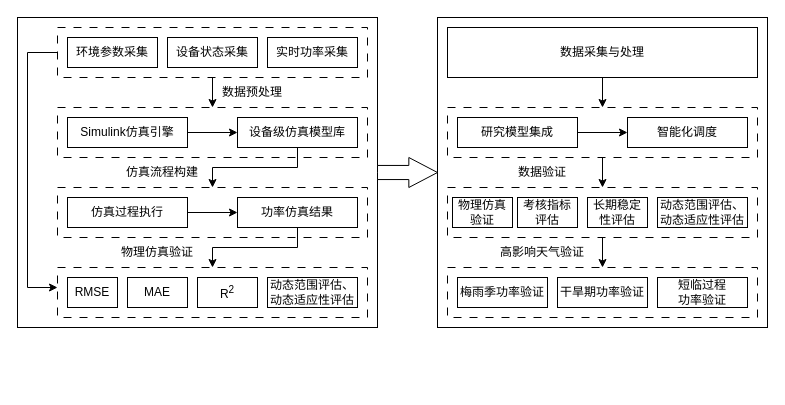
Earlier version of the draw.io diagram 课题4.drawio (fourmia/Note). Source tidied: cells renumbered, new cells numbered last; positions are measured from the earlier drawing's top-left corner, leaving out a move shared by most shapes. Both pictures are drawn from the tidied source at 100%, with x=0, y=0 at pixel (17, 17).
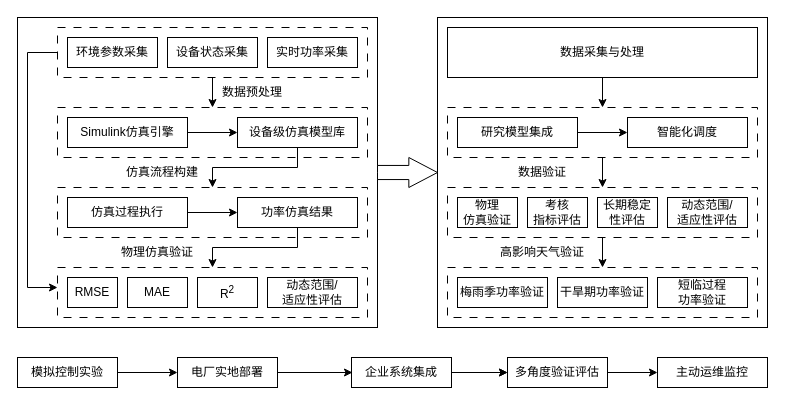
Above is the later version.

Change to the diagram source:
```diff
@@
-    <mxCell id="24" value="动态范围评估、动态适应性评估" style="rounded=0;whiteSpace=wrap;html=1;" parent="1" vertex="1">
+    <mxCell id="24" value="动态范围/&lt;div&gt;适应性评估&lt;/div&gt;" style="rounded=0;whiteSpace=wrap;html=1;" parent="1" vertex="1">
       <mxGeometry x="250" y="260" width="90" height="30" as="geometry" />
     </mxCell>
@@
-    <mxCell id="37" value="动态范围评估、动态适应性评估" style="rounded=0;whiteSpace=wrap;html=1;" parent="1" vertex="1">
-      <mxGeometry x="640" y="180" width="90" height="30" as="geometry" />
+    <mxCell id="37" value="动态&lt;span style=&quot;background-color: initial;&quot;&gt;范围/&lt;/span&gt;&lt;div&gt;&lt;span style=&quot;background-color: initial;&quot;&gt;适应性评估&lt;/span&gt;&lt;/div&gt;" style="rounded=0;whiteSpace=wrap;html=1;" parent="1" vertex="1">
+      <mxGeometry x="650" y="180" width="80" height="30" as="geometry" />
     </mxCell>
-    <mxCell id="38" value="考核指标评估" style="rounded=0;whiteSpace=wrap;html=1;" parent="1" vertex="1">
-      <mxGeometry x="500" y="180" width="60" height="30" as="geometry" />
+    <mxCell id="38" value="考核&lt;div&gt;指标评估&lt;/div&gt;" style="rounded=0;whiteSpace=wrap;html=1;" parent="1" vertex="1">
+      <mxGeometry x="510" y="180" width="60" height="30" as="geometry" />
     </mxCell>
     <mxCell id="39" value="长期稳定性评估" style="rounded=0;whiteSpace=wrap;html=1;" parent="1" vertex="1">
-      <mxGeometry x="570" y="180" width="60" height="30" as="geometry" />
+      <mxGeometry x="580" y="180" width="60" height="30" as="geometry" />
     </mxCell>
@@
-    <mxCell id="46" value="物理仿真验证" style="rounded=0;whiteSpace=wrap;html=1;" parent="1" vertex="1">
-      <mxGeometry x="435" y="180" width="60" height="30" as="geometry" />
+    <mxCell id="46" value="物理&lt;div&gt;仿真验证&lt;/div&gt;" style="rounded=0;whiteSpace=wrap;html=1;" parent="1" vertex="1">
+      <mxGeometry x="440" y="180" width="60" height="30" as="geometry" />
     </mxCell>
@@
+    <mxCell id="48" value="模拟控制实验" style="rounded=0;whiteSpace=wrap;html=1;" parent="1" vertex="1">
+      <mxGeometry y="340" width="100" height="30" as="geometry" />
+    </mxCell>
+    <mxCell id="49" value="电厂实地部署" style="rounded=0;whiteSpace=wrap;html=1;" parent="1" vertex="1">
+      <mxGeometry x="160" y="340" width="100" height="30" as="geometry" />
+    </mxCell>
+    <mxCell id="50" style="endArrow=classic;html=1;rounded=0;entryX=0;entryY=0.5;entryDx=0;entryDy=0;exitX=1;exitY=0.5;exitDx=0;exitDy=0;" parent="1" edge="1" source="48" target="49">
+      <mxGeometry relative="1" as="geometry" />
+    </mxCell>
+    <mxCell id="51" style="endArrow=classic;html=1;rounded=0;entryX=0;entryY=0.5;entryDx=0;entryDy=0;exitX=1;exitY=0.5;exitDx=0;exitDy=0;" parent="1" edge="1" source="49">
+      <mxGeometry relative="1" as="geometry">
+        <mxPoint x="335" y="355" as="targetPoint" />
+      </mxGeometry>
+    </mxCell>
+    <mxCell id="52" style="edgeStyle=orthogonalEdgeStyle;rounded=0;jettySize=auto;html=1;" parent="1" edge="1" source="53" target="54">
+      <mxGeometry relative="1" as="geometry" />
+    </mxCell>
+    <mxCell id="53" value="多角度验证评估" style="rounded=0;whiteSpace=wrap;html=1;" parent="1" vertex="1">
+      <mxGeometry x="490" y="340" width="100" height="30" as="geometry" />
+    </mxCell>
+    <mxCell id="54" value="主动运维监控" style="rounded=0;whiteSpace=wrap;html=1;" parent="1" vertex="1">
+      <mxGeometry x="640" y="340" width="110" height="30" as="geometry" />
+    </mxCell>
+    <mxCell id="55" style="edgeStyle=orthogonalEdgeStyle;rounded=0;jettySize=auto;html=1;" parent="1" edge="1" source="56" target="53">
+      <mxGeometry relative="1" as="geometry" />
+    </mxCell>
+    <mxCell id="56" value="企业系统集成" style="rounded=0;whiteSpace=wrap;html=1;" parent="1" vertex="1">
+      <mxGeometry x="334" y="340" width="100" height="30" as="geometry" />
+    </mxCell>
+    <mxCell id="57" style="endArrow=classic;html=1;rounded=0;entryX=0;entryY=0.5;entryDx=0;entryDy=0;" parent="1" edge="1" target="53">
+      <mxGeometry relative="1" as="geometry">
+        <mxPoint x="440" y="355" as="sourcePoint" />
+      </mxGeometry>
+    </mxCell>
```
